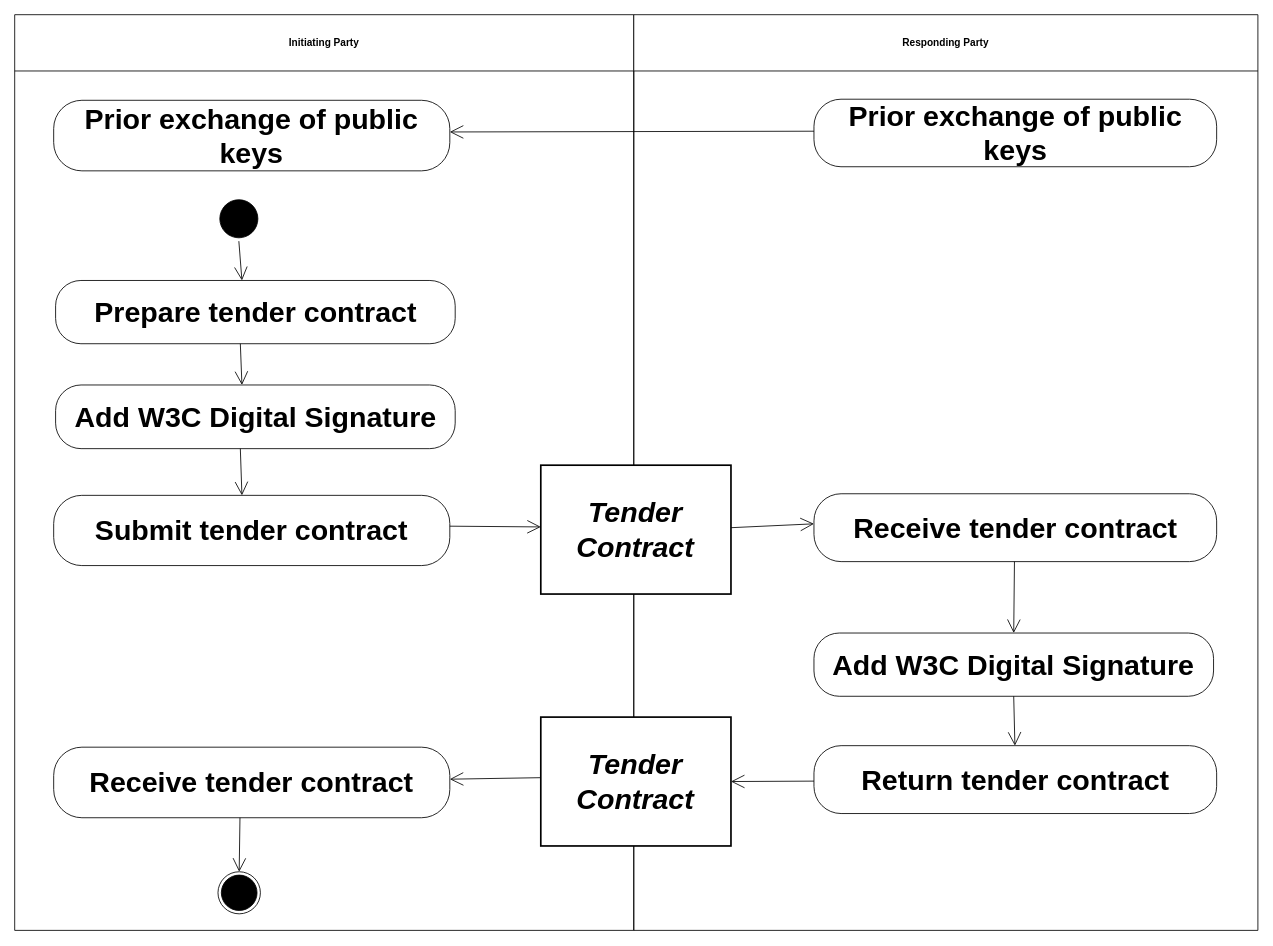
This is diagrams/UBL-2.3-Tender-Contract-Pre/UBL-2.3-Tender-Contract-Pre.drawio from kduvekot/ubl-work-on-svg-images, a draw.io file, before an edit. Source tidied: cells renumbered, new cells numbered last; positions are measured from the earlier drawing's top-left corner, leaving out a move shared by most shapes. Both pictures are drawn from the tidied source at 84%, with x=0, y=0 at pixel (14, 14).
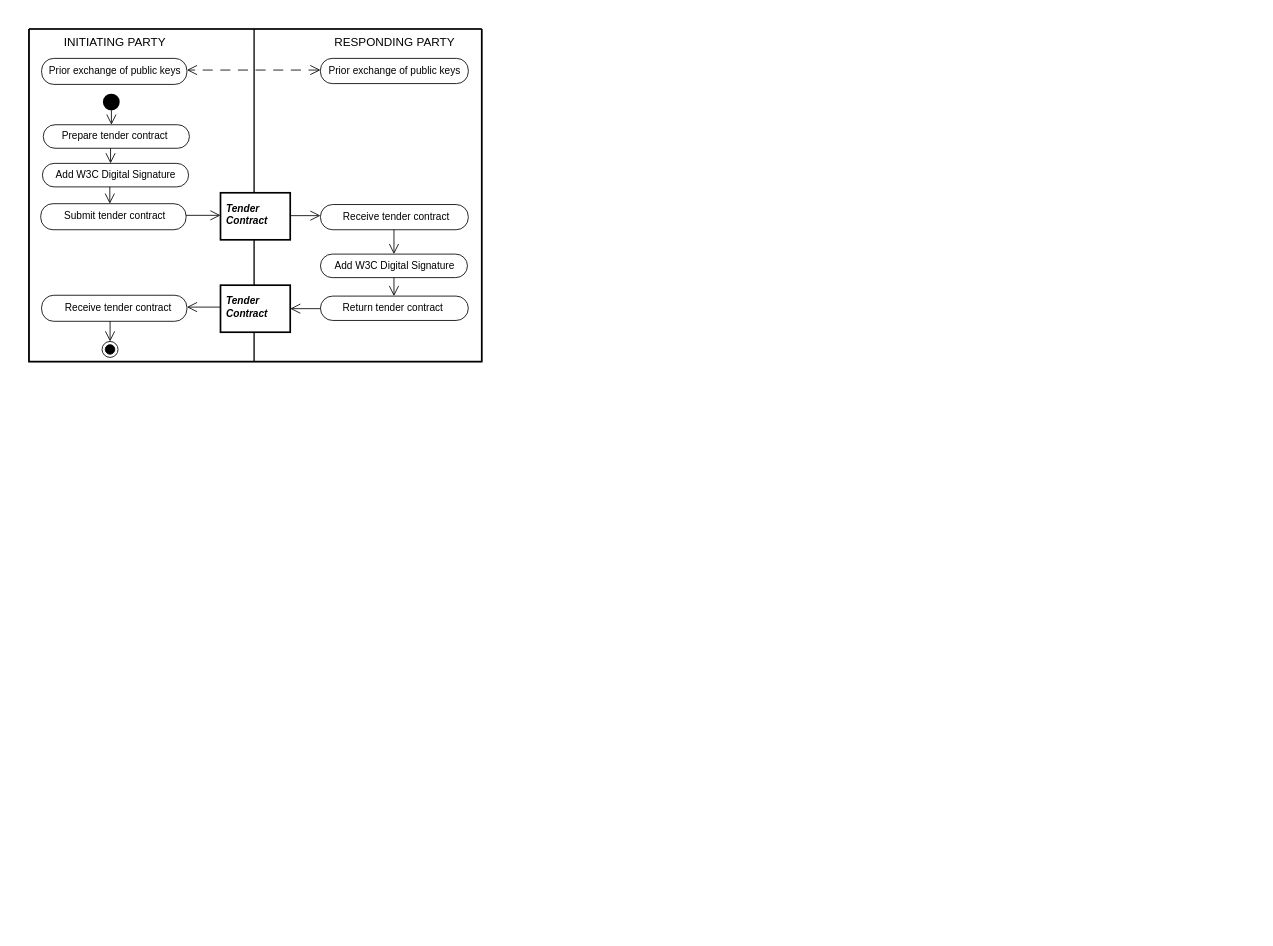
Above is the later version.

Change to the diagram source:
```diff
@@
+    <mxCell id="28" style="swimlane;html=1;startSize=0;whiteSpace=wrap;fillColor=none;strokeWidth=2;" parent="1" vertex="1">
+      <mxGeometry x="17" y="17" width="539" height="396" as="geometry" />
+    </mxCell>
-    <mxCell id="2" value="Initiating Party" style="swimlane;whiteSpace=wrap;html=1;startSize=67;" parent="1" vertex="1">
-      <mxGeometry width="737" height="1090.1" as="geometry" />
+    <mxCell id="2" value="INITIATING PARTY" style="swimlane;horizontal=1;startSize=31;swimlaneLine=0;html=1;fillColor=none;fontSize=14;fontStyle=0;spacing=0;spacingRight=65;" parent="28" vertex="1">
+      <mxGeometry width="268" height="396" as="geometry" />
     </mxCell>
-    <mxCell id="3" value="Responding Party" style="swimlane;whiteSpace=wrap;html=1;startSize=67;" parent="1" vertex="1">
-      <mxGeometry x="737" width="743" height="1090.1" as="geometry" />
+    <mxCell id="3" value="RESPONDING PARTY" style="swimlane;horizontal=1;startSize=32;swimlaneLine=0;html=1;fillColor=none;fontSize=14;fontStyle=0;spacing=0;spacingLeft=62;" parent="28" vertex="1">
+      <mxGeometry x="268" width="271" height="396" as="geometry" />
     </mxCell>
-    <mxCell id="4" value="Prior exchange of public keys" style="rounded=1;arcSize=40;whiteSpace=wrap;html=1;fontStyle=1;fontFamily=Helvetica;fontSize=34;" parent="1" vertex="1">
-      <mxGeometry x="951.5" y="100.6" width="479.4" height="80.4" as="geometry" />
+    <mxCell id="4" value="Prior exchange of public keys" style="rounded=1;absoluteArcSize=1;arcSize=28;html=1;whiteSpace=nowrap;fontSize=12;fontStyle=0;align=center;verticalAlign=middle;spacing=0;" parent="3" vertex="1">
+      <mxGeometry x="79" y="35" width="176" height="30" as="geometry" />
     </mxCell>
-    <mxCell id="5" value="Prior exchange of public keys" style="rounded=1;arcSize=40;whiteSpace=wrap;html=1;fontStyle=1;fontFamily=Helvetica;fontSize=34;" parent="1" vertex="1">
-      <mxGeometry x="46.4" y="101.9" width="471.6" height="84" as="geometry" />
+    <mxCell id="5" value="Prior exchange of public keys" style="rounded=1;absoluteArcSize=1;arcSize=29;html=1;whiteSpace=nowrap;fontSize=12;fontStyle=0;align=center;verticalAlign=middle;spacing=0;spacingBottom=2;" parent="2" vertex="1">
+      <mxGeometry x="15" y="35" width="173" height="31" as="geometry" />
     </mxCell>
-    <mxCell id="6" style="ellipse;html=1;shape=startState;fillColor=#000000;strokeColor=#000000;fontFamily=Helvetica;fontSize=34;" parent="1" vertex="1">
-      <mxGeometry x="240.2" y="216.3" width="53.3" height="53.3" as="geometry" />
+    <mxCell id="6" style="ellipse;shape=startState;fillColor=#000000;strokeColor=none;html=1;" parent="2" vertex="1">
+      <mxGeometry x="84" y="73" width="28" height="28" as="geometry" />
     </mxCell>
-    <mxCell id="7" value="Prepare tender contract" style="rounded=1;arcSize=40;whiteSpace=wrap;html=1;fontStyle=1;fontFamily=Helvetica;fontSize=34;" parent="1" vertex="1">
-      <mxGeometry x="48.7" y="316.4" width="475.7" height="75.3" as="geometry" />
+    <mxCell id="7" value="Prepare tender contract" style="rounded=1;absoluteArcSize=1;arcSize=29;html=1;whiteSpace=nowrap;fontSize=12;fontStyle=0;align=center;verticalAlign=middle;spacing=0;spacingRight=4;" parent="2" vertex="1">
+      <mxGeometry x="17" y="114" width="174" height="28" as="geometry" />
     </mxCell>
-    <mxCell id="8" value="Add W3C Digital Signature" style="rounded=1;arcSize=40;whiteSpace=wrap;html=1;fontStyle=1;fontFamily=Helvetica;fontSize=34;" parent="1" vertex="1">
-      <mxGeometry x="48.7" y="440.8" width="475.7" height="75.8" as="geometry" />
+    <mxCell id="8" value="Add W3C Digital Signature" style="rounded=1;absoluteArcSize=1;arcSize=29;html=1;whiteSpace=nowrap;fontSize=12;fontStyle=0;align=center;verticalAlign=middle;spacing=0;spacingBottom=1;" parent="2" vertex="1">
+      <mxGeometry x="16" y="160" width="174" height="28" as="geometry" />
     </mxCell>
-    <mxCell id="9" value="Tender Contract" style="rounded=0;whiteSpace=wrap;html=1;fontStyle=3;strokeWidth=2;fontFamily=Helvetica;fontSize=34;" parent="1" vertex="1">
-      <mxGeometry x="626.3" y="536.3" width="226.4" height="153.4" as="geometry" />
+    <mxCell id="9" value="Tender&lt;br&gt;Contract" style="rounded=0;html=1;whiteSpace=nowrap;fontSize=12;fontStyle=3;align=left;verticalAlign=middle;spacing=0;spacingLeft=7;spacingBottom=4;strokeWidth=2;" parent="3" vertex="1">
+      <mxGeometry x="-40" y="195" width="83" height="56" as="geometry" />
     </mxCell>
-    <mxCell id="10" value="Receive tender contract" style="rounded=1;arcSize=40;whiteSpace=wrap;html=1;fontStyle=1;fontFamily=Helvetica;fontSize=34;" parent="1" vertex="1">
-      <mxGeometry x="951.5" y="570.3" width="479.4" height="80.8" as="geometry" />
+    <mxCell id="10" value="Receive tender contract" style="rounded=1;absoluteArcSize=1;arcSize=29;html=1;whiteSpace=nowrap;fontSize=12;fontStyle=0;align=center;verticalAlign=middle;spacing=0;spacingLeft=4;spacingBottom=1;" parent="3" vertex="1">
+      <mxGeometry x="79" y="209" width="176" height="30" as="geometry" />
     </mxCell>
-    <mxCell id="11" value="Submit tender contract" style="rounded=1;arcSize=40;whiteSpace=wrap;html=1;fontStyle=1;fontFamily=Helvetica;fontSize=34;" parent="1" vertex="1">
-      <mxGeometry x="46.4" y="572.2" width="471.6" height="83.6" as="geometry" />
+    <mxCell id="11" value="Submit tender contract" style="rounded=1;absoluteArcSize=1;arcSize=29;html=1;whiteSpace=nowrap;fontSize=12;fontStyle=0;align=center;verticalAlign=middle;spacing=0;spacingLeft=2;spacingBottom=2;" parent="2" vertex="1">
+      <mxGeometry x="14" y="208" width="173" height="31" as="geometry" />
     </mxCell>
-    <mxCell id="12" value="Add W3C Digital Signature" style="rounded=1;arcSize=40;whiteSpace=wrap;html=1;fontStyle=1;fontFamily=Helvetica;fontSize=34;" parent="1" vertex="1">
-      <mxGeometry x="951.5" y="736.1" width="475.7" height="75.3" as="geometry" />
+    <mxCell id="12" value="Add W3C Digital Signature" style="rounded=1;absoluteArcSize=1;arcSize=29;html=1;whiteSpace=nowrap;fontSize=12;fontStyle=0;align=center;verticalAlign=middle;spacing=0;spacingBottom=1;" parent="3" vertex="1">
+      <mxGeometry x="79" y="268" width="175" height="28" as="geometry" />
     </mxCell>
-    <mxCell id="13" value="Tender Contract" style="rounded=0;whiteSpace=wrap;html=1;fontStyle=3;strokeWidth=2;fontFamily=Helvetica;fontSize=34;" parent="1" vertex="1">
-      <mxGeometry x="626.3" y="836.2" width="226.4" height="153.4" as="geometry" />
+    <mxCell id="13" value="Tender&lt;br&gt;Contract" style="rounded=0;html=1;whiteSpace=nowrap;fontSize=12;fontStyle=3;align=left;verticalAlign=middle;spacing=0;spacingLeft=7;spacingBottom=4;strokeWidth=2;" parent="3" vertex="1">
+      <mxGeometry x="-40" y="305" width="83" height="56" as="geometry" />
     </mxCell>
-    <mxCell id="14" value="Return tender contract" style="rounded=1;arcSize=40;whiteSpace=wrap;html=1;fontStyle=1;fontFamily=Helvetica;fontSize=34;" parent="1" vertex="1">
-      <mxGeometry x="951.5" y="870.2" width="479.4" height="80.8" as="geometry" />
+    <mxCell id="14" value="Return tender contract" style="rounded=1;absoluteArcSize=1;arcSize=29;html=1;whiteSpace=nowrap;fontSize=12;fontStyle=0;align=center;verticalAlign=middle;spacing=0;spacingRight=4;spacingBottom=1;" parent="3" vertex="1">
+      <mxGeometry x="79" y="318" width="176" height="29" as="geometry" />
     </mxCell>
-    <mxCell id="15" value="Receive tender contract" style="rounded=1;arcSize=40;whiteSpace=wrap;html=1;fontStyle=1;fontFamily=Helvetica;fontSize=34;" parent="1" vertex="1">
-      <mxGeometry x="46.4" y="872" width="471.6" height="84" as="geometry" />
+    <mxCell id="15" value="Receive tender contract" style="rounded=1;absoluteArcSize=1;arcSize=29;html=1;whiteSpace=nowrap;fontSize=12;fontStyle=0;align=center;verticalAlign=middle;spacing=0;spacingLeft=8;spacingBottom=2;" parent="2" vertex="1">
+      <mxGeometry x="15" y="317" width="173" height="31" as="geometry" />
     </mxCell>
-    <mxCell id="16" style="ellipse;html=1;shape=endState;fillColor=#000000;strokeColor=#000000;fontFamily=Helvetica;fontSize=34;" parent="1" vertex="1">
-      <mxGeometry x="242" y="1020.3" width="50.5" height="50.1" as="geometry" />
+    <mxCell id="16" style="ellipse;shape=endState;fillColor=#000000;html=1;" parent="2" vertex="1">
+      <mxGeometry x="87" y="372" width="19" height="19" as="geometry" />
     </mxCell>
-    <mxCell id="17" style="edgeStyle=none;rounded=0;html=1;endArrow=open;endFill=0;endSize=14;exitX=0.0;exitY=0.4739;entryX=1.0;entryY=0.4488;" parent="1" edge="1" source="4" target="5">
+    <mxCell id="17" style="edgeStyle=none;rounded=0;html=1;endArrow=open;endFill=0;endSize=10;exitPerimeter=0;entryX=1;entryY=0.4481;entryPerimeter=0;startArrow=open;startFill=0;startSize=10;dashed=1;dashPattern=12 9;noJump=1;exitX=0;exitY=0.463037;" parent="28" edge="1" source="4" target="5">
       <mxGeometry relative="1" as="geometry" />
     </mxCell>
-    <mxCell id="18" style="edgeStyle=none;rounded=0;html=1;endArrow=open;endFill=0;endSize=14;exitX=0.4991;exitY=1.0;entryX=0.4663;entryY=0.0;" parent="1" edge="1" source="6" target="7">
+    <mxCell id="18" style="edgeStyle=none;rounded=0;html=1;endArrow=open;endFill=0;endSize=10;exitPerimeter=0;entryX=0.4662;entryY=0;entryPerimeter=0;exitX=0.504243;exitY=0.8545;" parent="2" edge="1" source="6" target="7">
       <mxGeometry relative="1" as="geometry" />
     </mxCell>
-    <mxCell id="19" style="edgeStyle=none;rounded=0;html=1;endArrow=open;endFill=0;endSize=14;exitX=0.4623;exitY=1.0;entryX=0.4663;entryY=0.0;" parent="1" edge="1" source="7" target="8">
+    <mxCell id="19" style="edgeStyle=none;rounded=0;html=1;endArrow=open;endFill=0;endSize=10;exitPerimeter=0;entryX=0.4662;entryY=0;entryPerimeter=0;exitX=0.460453;exitY=1;" parent="2" edge="1" source="7" target="8">
       <mxGeometry relative="1" as="geometry" />
     </mxCell>
-    <mxCell id="20" style="edgeStyle=none;rounded=0;html=1;endArrow=open;endFill=0;endSize=14;exitX=0.4623;exitY=1.0;entryX=0.4752;entryY=0.0;" parent="1" edge="1" source="8" target="11">
+    <mxCell id="20" style="edgeStyle=none;rounded=0;html=1;endArrow=open;endFill=0;endSize=10;exitPerimeter=0;entryX=0.4754;entryY=0;entryPerimeter=0;exitX=0.461174;exitY=1;" parent="2" edge="1" source="8" target="11">
       <mxGeometry relative="1" as="geometry" />
     </mxCell>
-    <mxCell id="21" style="edgeStyle=none;rounded=0;html=1;endArrow=open;endFill=0;endSize=14;exitX=1.0;exitY=0.439;entryX=0.0;entryY=0.4791;" parent="1" edge="1" source="11" target="9">
+    <mxCell id="21" style="edgeStyle=none;rounded=0;html=1;endArrow=open;endFill=0;endSize=10;exitPerimeter=0;entryX=0;entryY=0.4796;entryPerimeter=0;exitX=1;exitY=0.447019;" parent="28" edge="1" source="11" target="9">
       <mxGeometry relative="1" as="geometry" />
     </mxCell>
-    <mxCell id="22" style="edgeStyle=none;rounded=0;html=1;endArrow=open;endFill=0;endSize=14;exitX=1.0;exitY=0.485;entryX=0.0;entryY=0.4431;" parent="1" edge="1" source="9" target="10">
+    <mxCell id="22" style="edgeStyle=none;rounded=0;html=1;endArrow=open;endFill=0;endSize=10;exitPerimeter=0;entryX=0;entryY=0.4411;entryPerimeter=0;exitX=1;exitY=0.486304;" parent="3" edge="1" source="9" target="10">
       <mxGeometry relative="1" as="geometry" />
     </mxCell>
-    <mxCell id="23" style="edgeStyle=none;rounded=0;html=1;endArrow=open;endFill=0;endSize=14;exitX=0.4979;exitY=1.0;entryX=0.4999;entryY=0.0;" parent="1" edge="1" source="10" target="12">
+    <mxCell id="23" style="edgeStyle=none;rounded=0;html=1;endArrow=open;endFill=0;endSize=10;exitPerimeter=0;entryX=0.5;entryY=0;entryPerimeter=0;exitX=0.497159;exitY=1;" parent="3" edge="1" source="10" target="12">
       <mxGeometry relative="1" as="geometry" />
     </mxCell>
-    <mxCell id="24" style="edgeStyle=none;rounded=0;html=1;endArrow=open;endFill=0;endSize=14;exitX=0.4999;exitY=1.0;entryX=0.499;entryY=0.0;" parent="1" edge="1" source="12" target="14">
+    <mxCell id="24" style="edgeStyle=none;rounded=0;html=1;endArrow=open;endFill=0;endSize=10;exitX=0.5;exitY=1;exitPerimeter=0;entryPerimeter=0;entryX=0.497159;entryY=0;" parent="3" edge="1" source="12" target="14">
       <mxGeometry relative="1" as="geometry" />
     </mxCell>
-    <mxCell id="25" style="edgeStyle=none;rounded=0;html=1;endArrow=open;endFill=0;endSize=14;exitX=0.0;exitY=0.47;entryX=1.0;entryY=0.4536;" parent="1" edge="1" source="13" target="15">
+    <mxCell id="25" style="edgeStyle=none;rounded=0;html=1;endArrow=open;endFill=0;endSize=10;exitPerimeter=0;entryX=1;entryY=0.4545;entryPerimeter=0;exitX=0;exitY=0.465884;" parent="28" edge="1" source="13" target="15">
       <mxGeometry relative="1" as="geometry" />
     </mxCell>
-    <mxCell id="26" style="edgeStyle=none;rounded=0;html=1;endArrow=open;endFill=0;endSize=14;exitX=0.0;exitY=0.5223;entryX=1.0;entryY=0.5;" parent="1" edge="1" source="14" target="13">
+    <mxCell id="26" style="edgeStyle=none;rounded=0;html=1;endArrow=open;endFill=0;endSize=10;exitPerimeter=0;entryX=1;entryY=0.4991;entryPerimeter=0;exitX=0;exitY=0.515503;" parent="3" edge="1" source="14" target="13">
       <mxGeometry relative="1" as="geometry" />
     </mxCell>
-    <mxCell id="27" style="edgeStyle=none;rounded=0;html=1;endArrow=open;endFill=0;endSize=14;exitX=0.4703;exitY=1.0;entryX=0.501;entryY=0.0;" parent="1" edge="1" source="15" target="16">
+    <mxCell id="27" style="edgeStyle=none;rounded=0;html=1;endArrow=open;endFill=0;endSize=10;exitPerimeter=0;entryX=0.5027;entryY=0;entryPerimeter=0;exitX=0.471395;exitY=1;" parent="2" edge="1" source="15" target="16">
       <mxGeometry relative="1" as="geometry" />
     </mxCell>
```
